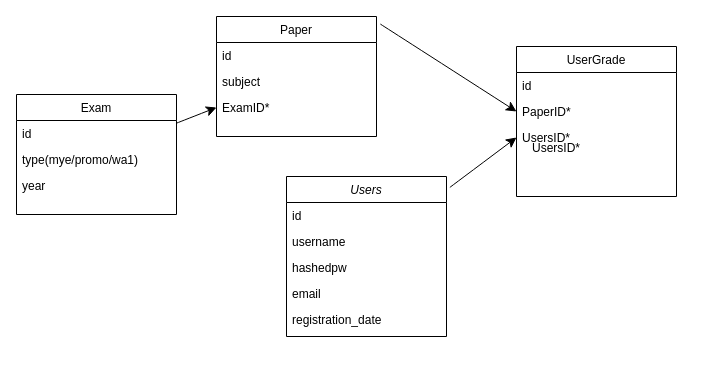
Above: Untitled Diagram.drawio in 13ikaeel/Gradaholic (draw.io), before the change. Source tidied: cells renumbered, new cells numbered last; positions are measured from the earlier drawing's top-left corner, leaving out a move shared by most shapes. Both pictures are drawn from the tidied source at 100%, with x=0, y=0 at pixel (16, 16).
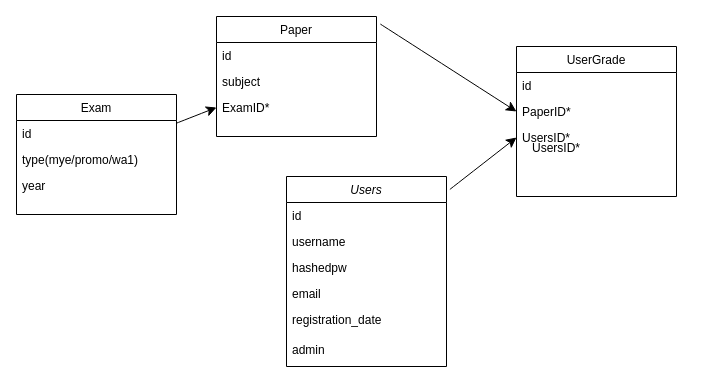
Above is the later version.

Diff of the diagram source:
```diff
@@
     <mxCell id="2" value="Users" style="swimlane;fontStyle=2;align=center;verticalAlign=top;horizontal=1;startSize=26;rounded=0;shadow=0;strokeWidth=1;" parent="1" vertex="1">
-      <mxGeometry x="270" y="160" width="160" height="160" as="geometry" />
+      <mxGeometry x="270" y="160" width="160" height="190" as="geometry" />
     </mxCell>
@@
     <mxCell id="7" value="registration_date" style="text;align=left;verticalAlign=top;spacingLeft=4;spacingRight=4;overflow=hidden;rounded=0;shadow=0;html=0;" parent="2" vertex="1">
-      <mxGeometry y="130" width="160" height="26" as="geometry" />
+      <mxGeometry y="130" width="160" height="30" as="geometry" />
     </mxCell>
+    <mxCell id="24" value="admin" style="text;align=left;verticalAlign=top;spacingLeft=4;spacingRight=4;overflow=hidden;rounded=0;shadow=0;html=0;" parent="2" vertex="1">
+      <mxGeometry y="160" width="160" height="30" as="geometry" />
+    </mxCell>
```
